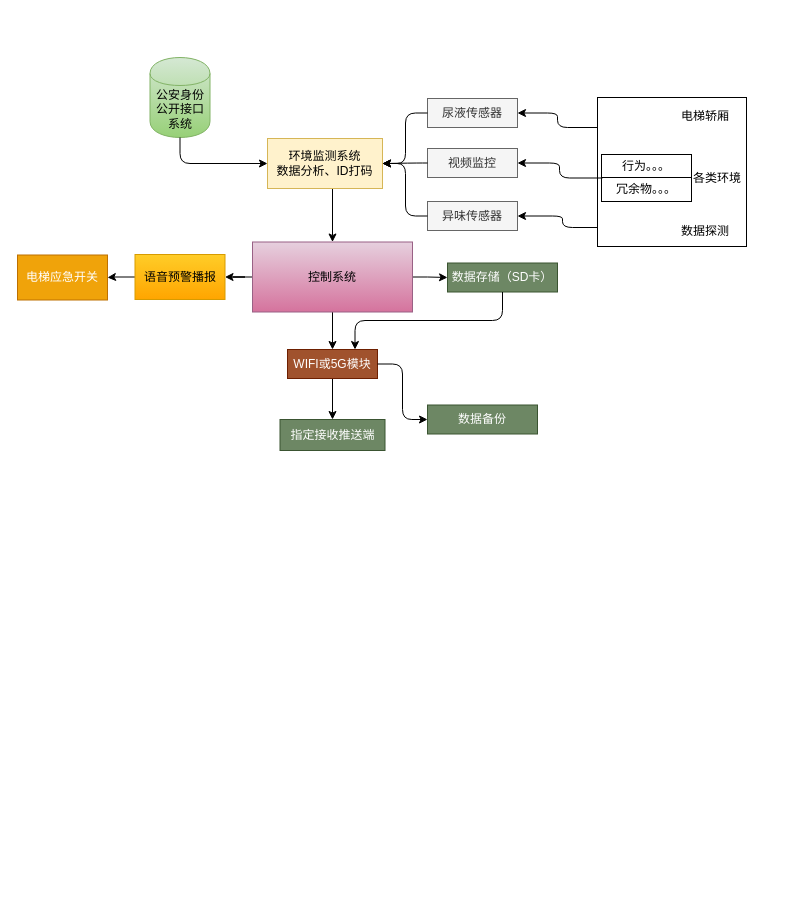
The draw.io diagram 电梯环境监测.drawio in UTOUUCENTER-CD/draw.io, before the edit. Source tidied: cells renumbered, new cells numbered last; positions are measured from the earlier drawing's top-left corner, leaving out a move shared by most shapes. Both pictures are drawn from the tidied source at 100%, with x=0, y=0 at pixel (17, 57).
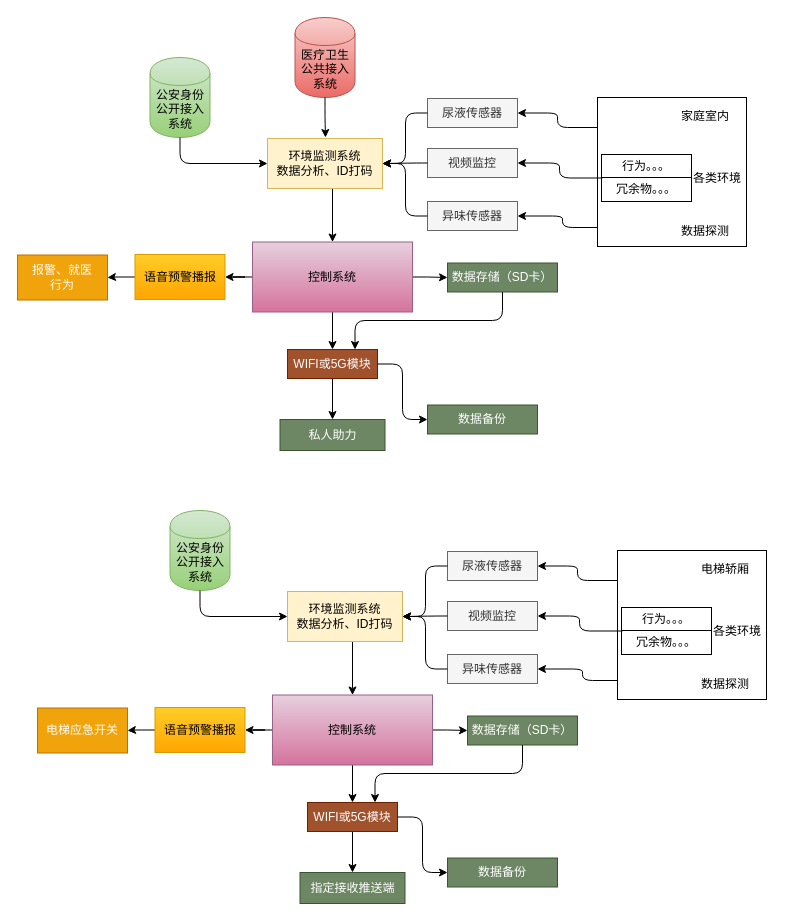
The same diagram, later.

Commit message (it also covers changes not shown here):
Update 电梯环境监测.drawio

What changed in the source:
```diff
@@
-    <mxCell id="10" value="电梯应急开关" style="rounded=0;whiteSpace=wrap;html=1;fillColor=#f0a30a;strokeColor=#BD7000;fontColor=#ffffff;" parent="1" vertex="1">
+    <mxCell id="10" value="报警、就医&lt;br&gt;行为" style="rounded=0;whiteSpace=wrap;html=1;fillColor=#f0a30a;strokeColor=#BD7000;fontColor=#ffffff;" parent="1" vertex="1">
       <mxGeometry y="197.5" width="90" height="45" as="geometry" />
     </mxCell>
@@
-    <mxCell id="23" value="指定接收推送端" style="rounded=0;whiteSpace=wrap;html=1;fillColor=#6d8764;strokeColor=#3A5431;fontColor=#ffffff;" parent="1" vertex="1">
+    <mxCell id="23" value="私人助力" style="rounded=0;whiteSpace=wrap;html=1;fillColor=#6d8764;strokeColor=#3A5431;fontColor=#ffffff;" parent="1" vertex="1">
       <mxGeometry x="262.5" y="362" width="105" height="31" as="geometry" />
     </mxCell>
@@
-    <mxCell id="30" value="电梯轿厢&lt;br&gt;&lt;br&gt;&lt;br&gt;&lt;br&gt;&lt;br&gt;&lt;br&gt;&lt;br&gt;&lt;br&gt;数据探测" style="text;html=1;align=left;verticalAlign=top;spacingTop=-4;" parent="1" vertex="1">
+    <mxCell id="30" value="家庭室内&lt;br&gt;&lt;br&gt;&lt;br&gt;&lt;br&gt;&lt;br&gt;&lt;br&gt;&lt;br&gt;&lt;br&gt;数据探测" style="text;html=1;align=left;verticalAlign=top;spacingTop=-4;" parent="1" vertex="1">
       <mxGeometry x="662" y="49" width="60" height="130" as="geometry" />
     </mxCell>
@@
-    <mxCell id="32" value="公安身份公开接口系统" style="shape=cylinder;whiteSpace=wrap;html=1;boundedLbl=1;backgroundOutline=1;gradientColor=#97d077;fillColor=#d5e8d4;strokeColor=#82b366;" parent="1" vertex="1">
+    <mxCell id="32" value="公安身份公开接入系统" style="shape=cylinder;whiteSpace=wrap;html=1;boundedLbl=1;backgroundOutline=1;gradientColor=#97d077;fillColor=#d5e8d4;strokeColor=#82b366;" parent="1" vertex="1">
       <mxGeometry x="132.5" width="60" height="80" as="geometry" />
     </mxCell>
@@
+    <mxCell id="34" value="医疗卫生公共接入系统" style="shape=cylinder;whiteSpace=wrap;html=1;boundedLbl=1;backgroundOutline=1;gradientColor=#ea6b66;fillColor=#f8cecc;strokeColor=#b85450;" parent="1" vertex="1">
+      <mxGeometry x="277.5" y="-40" width="60" height="80" as="geometry" />
+    </mxCell>
+    <mxCell id="35" style="edgeStyle=elbowEdgeStyle;elbow=vertical;endArrow=classic;html=1;exitX=0.5;exitY=1;exitDx=0;exitDy=0;" parent="1" edge="1" source="34">
+      <mxGeometry relative="1" as="geometry">
+        <mxPoint x="308" y="80" as="targetPoint" />
+      </mxGeometry>
+    </mxCell>
+    <mxCell id="36" style="edgeStyle=elbowEdgeStyle;elbow=horizontal;endArrow=classic;html=1;entryX=1;entryY=0.5;entryDx=0;entryDy=0;" parent="1" edge="1" target="59">
+      <mxGeometry relative="1" as="geometry">
+        <mxPoint x="610" y="623" as="sourcePoint" />
+      </mxGeometry>
+    </mxCell>
+    <mxCell id="37" style="whiteSpace=wrap;html=1;" parent="1" vertex="1">
+      <mxGeometry x="600" y="493" width="149" height="149" as="geometry" />
+    </mxCell>
+    <mxCell id="38" style="edgeStyle=orthogonalEdgeStyle;rounded=0;jettySize=auto;html=1;" parent="1" edge="1" source="41" target="43">
+      <mxGeometry relative="1" as="geometry" />
+    </mxCell>
+    <mxCell id="39" style="edgeStyle=orthogonalEdgeStyle;rounded=0;jettySize=auto;html=1;exitX=1;exitY=0.5;exitDx=0;exitDy=0;entryX=0;entryY=0.5;entryDx=0;entryDy=0;" parent="1" edge="1" source="41" target="58">
+      <mxGeometry relative="1" as="geometry">
+        <Array as="points">
+          <mxPoint x="430" y="673" />
+          <mxPoint x="430" y="673" />
+        </Array>
+      </mxGeometry>
+    </mxCell>
+    <mxCell id="40" style="edgeStyle=orthogonalEdgeStyle;rounded=0;jettySize=auto;html=1;exitX=0.5;exitY=1;exitDx=0;exitDy=0;entryX=0.5;entryY=0;entryDx=0;entryDy=0;" parent="1" edge="1" source="41" target="56">
+      <mxGeometry relative="1" as="geometry" />
+    </mxCell>
+    <mxCell id="41" value="控制系统" style="rounded=0;whiteSpace=wrap;html=1;fillColor=#e6d0de;strokeColor=#996185;gradientColor=#d5739d;" parent="1" vertex="1">
+      <mxGeometry x="255" y="637.5" width="160" height="70" as="geometry" />
+    </mxCell>
+    <mxCell id="42" style="edgeStyle=orthogonalEdgeStyle;rounded=0;jettySize=auto;html=1;" parent="1" edge="1" source="43" target="44">
+      <mxGeometry relative="1" as="geometry" />
+    </mxCell>
+    <mxCell id="43" value="语音预警播报" style="rounded=0;whiteSpace=wrap;html=1;fillColor=#ffcd28;strokeColor=#d79b00;gradientColor=#ffa500;" parent="1" vertex="1">
+      <mxGeometry x="137.5" y="650" width="90" height="45" as="geometry" />
+    </mxCell>
+    <mxCell id="44" value="电梯应急开关" style="rounded=0;whiteSpace=wrap;html=1;fillColor=#f0a30a;strokeColor=#BD7000;fontColor=#ffffff;" parent="1" vertex="1">
+      <mxGeometry x="20" y="650.5" width="90" height="45" as="geometry" />
+    </mxCell>
+    <mxCell id="45" style="edgeStyle=orthogonalEdgeStyle;rounded=0;jettySize=auto;html=1;exitX=0.5;exitY=1;exitDx=0;exitDy=0;entryX=0.5;entryY=0;entryDx=0;entryDy=0;" parent="1" edge="1" source="46" target="41">
+      <mxGeometry relative="1" as="geometry">
+        <Array as="points">
+          <mxPoint x="335" y="584" />
+        </Array>
+      </mxGeometry>
+    </mxCell>
+    <mxCell id="46" value="环境监测系统&lt;br&gt;数据分析、ID打码" style="rounded=0;whiteSpace=wrap;html=1;fillColor=#fff2cc;strokeColor=#d6b656;" parent="1" vertex="1">
+      <mxGeometry x="270" y="534" width="115" height="50" as="geometry" />
+    </mxCell>
+    <mxCell id="47" value="尿液传感器" style="rounded=0;whiteSpace=wrap;html=1;fillColor=#f5f5f5;strokeColor=#666666;fontColor=#333333;" parent="1" vertex="1">
+      <mxGeometry x="430" y="494" width="90" height="29" as="geometry" />
+    </mxCell>
+    <mxCell id="48" value="视频监控" style="rounded=0;whiteSpace=wrap;html=1;fillColor=#f5f5f5;strokeColor=#666666;fontColor=#333333;" parent="1" vertex="1">
+      <mxGeometry x="430" y="544" width="90" height="29" as="geometry" />
+    </mxCell>
+    <mxCell id="49" value="行为。。。" style="rounded=0;whiteSpace=wrap;html=1;" parent="1" vertex="1">
+      <mxGeometry x="604" y="550" width="90" height="23" as="geometry" />
+    </mxCell>
+    <mxCell id="50" value="冗余物。。。" style="rounded=0;whiteSpace=wrap;html=1;" parent="1" vertex="1">
+      <mxGeometry x="604" y="573" width="90" height="24" as="geometry" />
+    </mxCell>
+    <mxCell id="51" style="edgeStyle=elbowEdgeStyle;elbow=horizontal;endArrow=classic;html=1;exitX=0;exitY=0.5;exitDx=0;exitDy=0;entryX=1;entryY=0.5;entryDx=0;entryDy=0;" parent="1" edge="1" source="47" target="46">
+      <mxGeometry relative="1" as="geometry" />
+    </mxCell>
+    <mxCell id="52" style="edgeStyle=elbowEdgeStyle;elbow=horizontal;endArrow=classic;html=1;exitX=0;exitY=0.5;exitDx=0;exitDy=0;entryX=1;entryY=0.5;entryDx=0;entryDy=0;" parent="1" edge="1" source="48" target="46">
+      <mxGeometry relative="1" as="geometry">
+        <Array as="points">
+          <mxPoint x="420" y="563" />
+          <mxPoint x="408" y="563" />
+        </Array>
+      </mxGeometry>
+    </mxCell>
+    <mxCell id="53" style="edgeStyle=elbowEdgeStyle;elbow=horizontal;endArrow=classic;html=1;entryX=1;entryY=0.5;entryDx=0;entryDy=0;" parent="1" edge="1" target="47">
+      <mxGeometry relative="1" as="geometry">
+        <mxPoint x="600" y="523" as="sourcePoint" />
+      </mxGeometry>
+    </mxCell>
+    <mxCell id="54" style="edgeStyle=elbowEdgeStyle;elbow=horizontal;endArrow=classic;html=1;exitX=0.011;exitY=0.021;exitDx=0;exitDy=0;entryX=1;entryY=0.5;entryDx=0;entryDy=0;exitPerimeter=0;" parent="1" edge="1" source="50" target="48">
+      <mxGeometry relative="1" as="geometry" />
+    </mxCell>
+    <mxCell id="55" style="edgeStyle=orthogonalEdgeStyle;rounded=0;jettySize=auto;html=1;" parent="1" edge="1" source="56" target="57">
+      <mxGeometry relative="1" as="geometry" />
+    </mxCell>
+    <mxCell id="56" value="WIFI或5G模块" style="rounded=0;whiteSpace=wrap;html=1;fillColor=#a0522d;strokeColor=#6D1F00;fontColor=#ffffff;" parent="1" vertex="1">
+      <mxGeometry x="290" y="745" width="90" height="29" as="geometry" />
+    </mxCell>
+    <mxCell id="57" value="指定接收推送端" style="rounded=0;whiteSpace=wrap;html=1;fillColor=#6d8764;strokeColor=#3A5431;fontColor=#ffffff;" parent="1" vertex="1">
+      <mxGeometry x="282.5" y="815" width="105" height="31" as="geometry" />
+    </mxCell>
+    <mxCell id="58" value="数据存储（SD卡）" style="rounded=0;whiteSpace=wrap;html=1;fillColor=#6d8764;strokeColor=#3A5431;fontColor=#ffffff;" parent="1" vertex="1">
+      <mxGeometry x="450" y="658.5" width="110" height="29" as="geometry" />
+    </mxCell>
+    <mxCell id="59" value="异味传感器" style="rounded=0;whiteSpace=wrap;html=1;fillColor=#f5f5f5;strokeColor=#666666;fontColor=#333333;" parent="1" vertex="1">
+      <mxGeometry x="430" y="597" width="90" height="29" as="geometry" />
+    </mxCell>
+    <mxCell id="60" style="edgeStyle=elbowEdgeStyle;elbow=horizontal;endArrow=classic;html=1;entryX=1;entryY=0.5;entryDx=0;entryDy=0;exitX=0;exitY=0.5;exitDx=0;exitDy=0;" parent="1" edge="1" source="59" target="46">
+      <mxGeometry relative="1" as="geometry">
+        <Array as="points">
+          <mxPoint x="408" y="583" />
+        </Array>
+      </mxGeometry>
+    </mxCell>
+    <mxCell id="61" style="edgeStyle=elbowEdgeStyle;elbow=horizontal;endArrow=classic;html=1;exitX=1;exitY=0.5;exitDx=0;exitDy=0;entryX=0;entryY=0.5;entryDx=0;entryDy=0;" parent="1" edge="1" source="56" target="62">
+      <mxGeometry relative="1" as="geometry" />
+    </mxCell>
+    <mxCell id="62" value="数据备份" style="rounded=0;whiteSpace=wrap;html=1;fillColor=#6d8764;strokeColor=#3A5431;fontColor=#ffffff;" parent="1" vertex="1">
+      <mxGeometry x="430" y="800.5" width="110" height="29" as="geometry" />
+    </mxCell>
+    <mxCell id="63" style="edgeStyle=elbowEdgeStyle;elbow=vertical;endArrow=classic;html=1;exitX=0.5;exitY=1;exitDx=0;exitDy=0;entryX=0.75;entryY=0;entryDx=0;entryDy=0;" parent="1" edge="1" source="58" target="56">
+      <mxGeometry relative="1" as="geometry" />
+    </mxCell>
+    <mxCell id="64" value="电梯轿厢&lt;br&gt;&lt;br&gt;&lt;br&gt;&lt;br&gt;&lt;br&gt;&lt;br&gt;&lt;br&gt;&lt;br&gt;数据探测" style="text;html=1;align=left;verticalAlign=top;spacingTop=-4;" parent="1" vertex="1">
+      <mxGeometry x="682" y="502" width="60" height="130" as="geometry" />
+    </mxCell>
+    <mxCell id="65" value="各类环境" style="text;html=1;align=left;verticalAlign=top;spacingTop=-4;" parent="1" vertex="1">
+      <mxGeometry x="694" y="564" width="60" height="20" as="geometry" />
+    </mxCell>
+    <mxCell id="66" value="公安身份公开接入系统" style="shape=cylinder;whiteSpace=wrap;html=1;boundedLbl=1;backgroundOutline=1;gradientColor=#97d077;fillColor=#d5e8d4;strokeColor=#82b366;" parent="1" vertex="1">
+      <mxGeometry x="152.5" y="453" width="60" height="80" as="geometry" />
+    </mxCell>
+    <mxCell id="67" style="edgeStyle=elbowEdgeStyle;elbow=vertical;endArrow=classic;html=1;exitX=0.5;exitY=1;exitDx=0;exitDy=0;entryX=0;entryY=0.5;entryDx=0;entryDy=0;" parent="1" edge="1" source="66" target="46">
+      <mxGeometry relative="1" as="geometry">
+        <Array as="points">
+          <mxPoint x="250" y="559" />
+          <mxPoint x="190" y="583" />
+        </Array>
+      </mxGeometry>
+    </mxCell>
```
